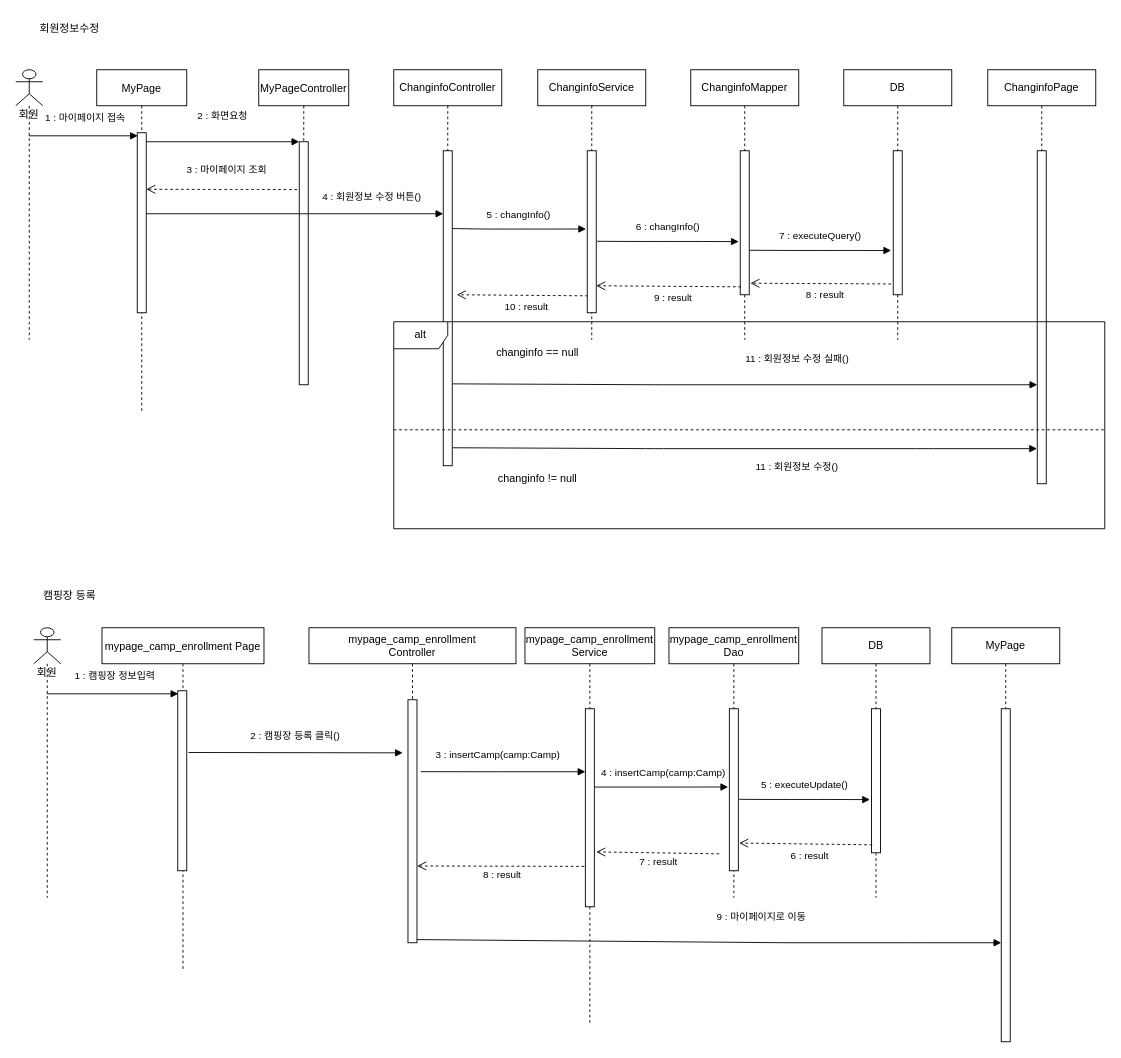
Above: UML/MyPage_Sequence.drawio in boming09/FinalProject (draw.io), before the change. Source tidied: cells renumbered, new cells numbered last; positions are measured from the earlier drawing's top-left corner, leaving out a move shared by most shapes. Both pictures are drawn from the tidied source at 90%, with x=0, y=0 at pixel (15, 15).
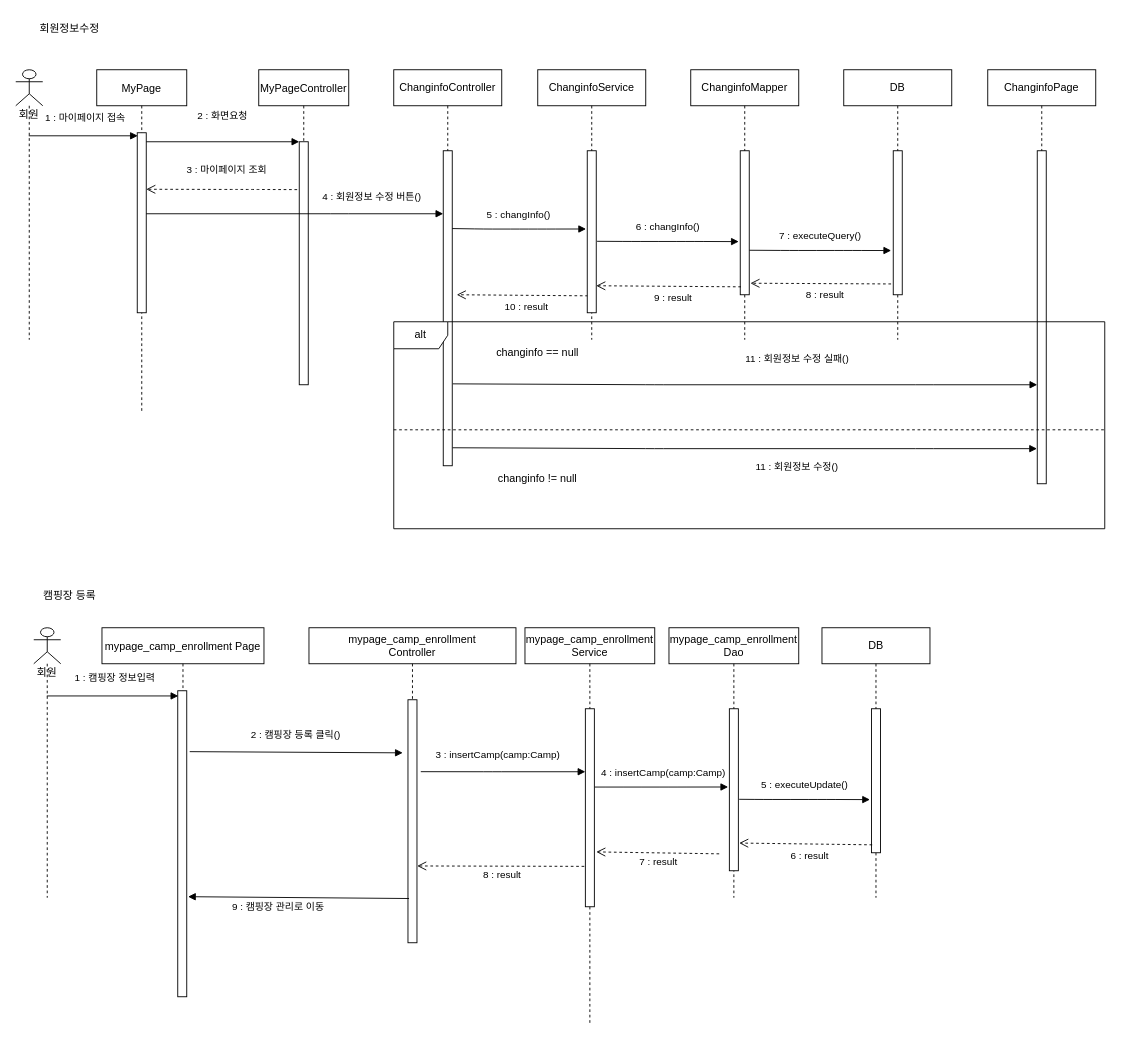
Above is the later version.

The change refers to these unchanged cells:
```xml
<mxCell id="38" style="points=[];perimeter=orthogonalPerimeter;rounded=0;shadow=0;strokeWidth=1;" parent="37" vertex="1">
  <mxGeometry x="110" y="80" width="10" height="270" as="geometry" />
</mxCell>
```

Change to the diagram source:
```diff
@@
     <mxCell id="35" value="mypage_camp_enrollment Page" style="shape=umlLifeline;perimeter=lifelinePerimeter;rounded=0;shadow=0;strokeWidth=1;" parent="1" vertex="1">
-      <mxGeometry x="95.8" y="680" width="180" height="380" as="geometry" />
+      <mxGeometry x="95.8" y="680" width="180" height="410" as="geometry" />
     </mxCell>
     <mxCell id="36" style="points=[];perimeter=orthogonalPerimeter;rounded=0;shadow=0;strokeWidth=1;" parent="35" vertex="1">
-      <mxGeometry x="84.2" y="70" width="10" height="200" as="geometry" />
+      <mxGeometry x="84.2" y="70" width="10" height="340" as="geometry" />
     </mxCell>
@@
-    <mxCell id="39" value="2 : 캠핑장 등록 클릭()" style="verticalAlign=bottom;endArrow=block;shadow=0;strokeWidth=1;exitX=1.19;exitY=0.343;exitDx=0;exitDy=0;exitPerimeter=0;" parent="1" edge="1" source="36">
+    <mxCell id="39" value="2 : 캠핑장 등록 클릭()" style="verticalAlign=bottom;endArrow=block;shadow=0;strokeWidth=1;exitX=1.329;exitY=0.199;exitDx=0;exitDy=0;exitPerimeter=0;" parent="1" edge="1" source="36">
       <mxGeometry x="-0.01" y="10" relative="1" as="geometry">
         <mxPoint x="430" y="819" as="targetPoint" />
         <mxPoint x="1" as="offset" />
       </mxGeometry>
     </mxCell>
@@
-    <mxCell id="51" value="MyPage" style="shape=umlLifeline;perimeter=lifelinePerimeter;whiteSpace=wrap;html=1;" parent="1" vertex="1">
-      <mxGeometry x="1040" y="680" width="120" height="460" as="geometry" />
-    </mxCell>
-    <mxCell id="52" style="points=[];perimeter=orthogonalPerimeter;rounded=0;shadow=0;strokeWidth=1;" parent="51" vertex="1">
-      <mxGeometry x="55" y="90" width="10" height="370" as="geometry" />
-    </mxCell>
-    <mxCell id="53" value="9 : 마이페이지로 이동" style="verticalAlign=bottom;endArrow=block;shadow=0;strokeWidth=1;exitX=0.977;exitY=0.987;exitDx=0;exitDy=0;exitPerimeter=0;" parent="1" edge="1" source="38" target="52">
-      <mxGeometry x="0.18" y="20" relative="1" as="geometry">
-        <Array as="points">
-          <mxPoint x="855.8" y="1030" />
-          <mxPoint x="1000" y="1030" />
-        </Array>
-      </mxGeometry>
+    <mxCell id="53" value="9 : 캠핑장 관리로 이동" style="verticalAlign=bottom;endArrow=block;shadow=0;strokeWidth=1;exitX=0.119;exitY=0.818;exitDx=0;exitDy=0;exitPerimeter=0;entryX=1.146;entryY=0.673;entryDx=0;entryDy=0;entryPerimeter=0;" parent="1" edge="1" source="38" target="36">
+      <mxGeometry x="0.18" y="20" relative="1" as="geometry" />
     </mxCell>
```
